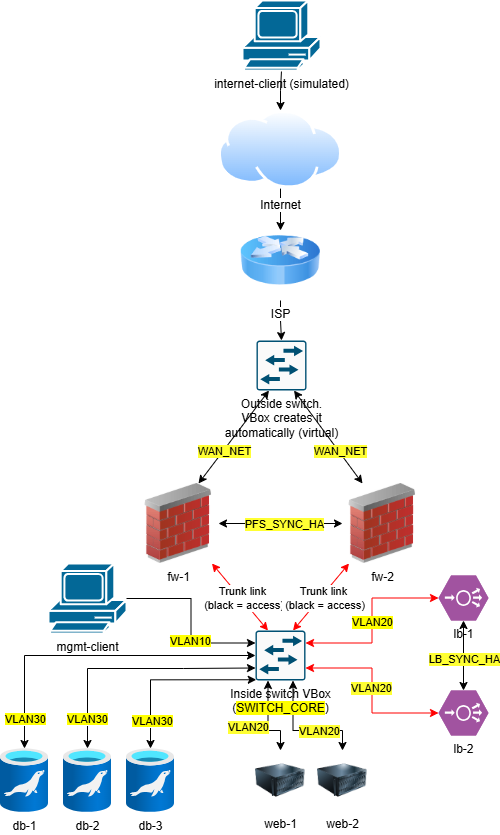
This is projects/1-professional-it-infrastructure/media/networking-topology.png from lucas-tic/lucas-tic-portfolio, a draw.io export, as it was before one commit. Source tidied: cells renumbered, new cells last; positions are measured from the earlier drawing's top-left corner, leaving out a move shared by most shapes.
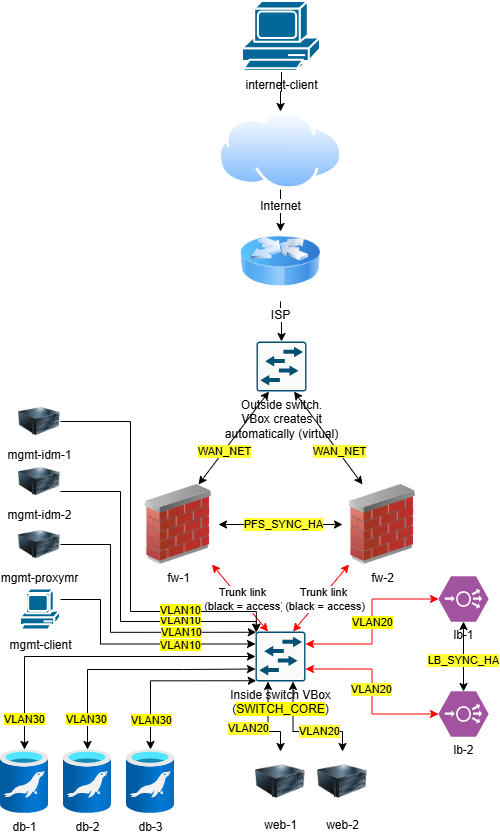
After the commit.

Change to the diagram source:
```diff
@@ -2,14 +2,14 @@
   <root>
     <mxCell id="0" />
     <mxCell id="1" parent="0" />
-    <mxCell id="2" style="edgeStyle=orthogonalEdgeStyle;rounded=0;jettySize=auto;html=1;endArrow=none;endFill=0;startArrow=classic;startFill=1;" parent="1" edge="1" source="4" target="9">
-      <mxGeometry relative="1" as="geometry" />
-    </mxCell>
-    <mxCell id="3" style="edgeStyle=orthogonalEdgeStyle;rounded=0;jettySize=auto;html=1;" parent="1" edge="1" source="4">
-      <mxGeometry relative="1" as="geometry">
-        <mxPoint x="280" y="230" as="targetPoint" />
-      </mxGeometry>
-    </mxCell>
+    <mxCell id="48" style="edgeStyle=orthogonalEdgeStyle;rounded=0;jettySize=auto;html=1;endArrow=none;endFill=0;startArrow=classic;startFill=1;" parent="1" edge="1" source="4" target="50">
+      <mxGeometry relative="1" as="geometry" />
+    </mxCell>
+    <mxCell id="49" style="edgeStyle=orthogonalEdgeStyle;rounded=0;jettySize=auto;html=1;" parent="1" edge="1" source="4">
+      <mxGeometry relative="1" as="geometry">
+        <mxPoint x="280" y="230" as="targetPoint" />
+      </mxGeometry>
+    </mxCell>
     <mxCell id="4" value="Internet" style="image;perimeter=ellipsePerimeter;html=1;align=center;shadow=0;dashed=0;spacingTop=3;image=img/lib/active_directory/internet_cloud.svg;" parent="1" vertex="1">
       <mxGeometry x="218" y="110" width="124" height="78.1" as="geometry" />
     </mxCell>
@@ -25,9 +25,9 @@
     <mxCell id="8" value="fw-2" style="image;html=1;image=img/lib/clip_art/networking/Firewall_02_128x128.png;" parent="1" vertex="1">
       <mxGeometry x="342" y="483" width="80" height="80" as="geometry" />
     </mxCell>
-    <mxCell id="9" value="internet-client (simulated)" style="sketch=0;html=1;dashed=0;fillColor=#036897;strokeColor=#ffffff;strokeWidth=2;verticalLabelPosition=bottom;verticalAlign=top;align=center;outlineConnect=0;shape=mxgraph.cisco.computers_and_peripherals.pc;" parent="1" vertex="1">
-      <mxGeometry x="242" width="78" height="70" as="geometry" />
-    </mxCell>
+    <mxCell id="50" value="internet-client" style="sketch=0;html=1;dashed=0;fillColor=#036897;strokeColor=#ffffff;strokeWidth=2;verticalLabelPosition=bottom;verticalAlign=top;align=center;outlineConnect=0;shape=mxgraph.cisco.computers_and_peripherals.pc;" parent="1" vertex="1">
+      <mxGeometry x="242" width="78" height="70" as="geometry" />
+    </mxCell>
     <mxCell id="10" style="edgeStyle=orthogonalEdgeStyle;rounded=0;jettySize=auto;html=1;" parent="1" edge="1" source="11" target="16">
       <mxGeometry relative="1" as="geometry" />
     </mxCell>
@@ -37,15 +37,15 @@
     <mxCell id="12" style="rounded=0;jettySize=auto;html=1;exitX=0.25;exitY=1;exitDx=0;exitDy=0;exitPerimeter=0;entryX=0.75;entryY=0;entryDx=0;entryDy=0;startArrow=classic;startFill=1;" parent="1" edge="1" source="16" target="7">
       <mxGeometry relative="1" as="geometry" />
     </mxCell>
-    <mxCell id="13" value="WAN_NET" style="edgeLabel;html=1;align=center;verticalAlign=middle;labelBackgroundColor=#FFFF33;" parent="12" vertex="1">
-      <mxGeometry x="0.28" relative="1" as="geometry" />
-    </mxCell>
+    <mxCell id="51" value="WAN_NET" style="edgeLabel;html=1;align=center;verticalAlign=middle;labelBackgroundColor=#FFFF33;" parent="12" vertex="1">
+      <mxGeometry x="0.28" relative="1" as="geometry" />
+    </mxCell>
     <mxCell id="14" style="rounded=0;jettySize=auto;html=1;exitX=0.75;exitY=1;exitDx=0;exitDy=0;exitPerimeter=0;entryX=0.25;entryY=0;entryDx=0;entryDy=0;startArrow=classic;startFill=1;" parent="1" edge="1" source="16" target="8">
       <mxGeometry relative="1" as="geometry" />
     </mxCell>
-    <mxCell id="15" value="WAN_NET" style="edgeLabel;html=1;align=center;verticalAlign=middle;labelBackgroundColor=#FFFF33;" parent="14" vertex="1">
-      <mxGeometry x="0.3" y="1" relative="1" as="geometry" />
-    </mxCell>
+    <mxCell id="52" value="WAN_NET" style="edgeLabel;html=1;align=center;verticalAlign=middle;labelBackgroundColor=#FFFF33;" parent="14" vertex="1">
+      <mxGeometry x="0.3" y="1" relative="1" as="geometry" />
+    </mxCell>
     <mxCell id="16" value="&lt;div&gt;Outside switch.&lt;/div&gt;&lt;div&gt;VBox creates it&lt;/div&gt;&lt;div&gt;automatically (virtual)&lt;/div&gt;" style="sketch=0;points=[[0.015,0.015,0],[0.985,0.015,0],[0.985,0.985,0],[0.015,0.985,0],[0.25,0,0],[0.5,0,0],[0.75,0,0],[1,0.25,0],[1,0.5,0],[1,0.75,0],[0.75,1,0],[0.5,1,0],[0.25,1,0],[0,0.75,0],[0,0.5,0],[0,0.25,0]];verticalLabelPosition=bottom;html=1;verticalAlign=top;align=center;shape=mxgraph.cisco19.rect;prIcon=l2_switch;fillColor=#FAFAFA;strokeColor=#005073;" parent="1" vertex="1">
       <mxGeometry x="256" y="340" width="50" height="50" as="geometry" />
     </mxCell>
@@ -57,11 +57,11 @@
         </Array>
       </mxGeometry>
     </mxCell>
-    <mxCell id="18" value="VLAN20" style="edgeLabel;html=1;align=center;verticalAlign=middle;labelBackgroundColor=#FFFF33;" parent="17" vertex="1">
-      <mxGeometry x="0.03" y="-1" relative="1" as="geometry">
-        <mxPoint x="-19" y="4" as="offset" />
-      </mxGeometry>
-    </mxCell>
+    <mxCell id="53" value="VLAN20" style="edgeLabel;html=1;align=center;verticalAlign=middle;labelBackgroundColor=#FFFF33;" parent="17" vertex="1">
+      <mxGeometry x="0.03" y="-1" relative="1" as="geometry">
+        <mxPoint x="-19" y="4" as="offset" />
+      </mxGeometry>
+    </mxCell>
     <mxCell id="19" style="edgeStyle=orthogonalEdgeStyle;rounded=0;jettySize=auto;html=1;exitX=0.75;exitY=1;exitDx=0;exitDy=0;exitPerimeter=0;entryX=0.5;entryY=0;entryDx=0;entryDy=0;startArrow=classic;startFill=1;" parent="1" edge="1" source="21" target="36">
       <mxGeometry relative="1" as="geometry">
         <Array as="points">
@@ -81,17 +81,17 @@
     <mxCell id="22" style="rounded=0;jettySize=auto;html=1;entryX=0.25;entryY=0;entryDx=0;entryDy=0;entryPerimeter=0;startArrow=classic;startFill=1;strokeColor=light-dark(#ff0000, #ededed);" parent="1" edge="1" source="7" target="21">
       <mxGeometry relative="1" as="geometry" />
     </mxCell>
-    <mxCell id="23" value="&lt;div&gt;Trunk link&lt;/div&gt;&amp;nbsp;(black = access)" style="edgeLabel;html=1;align=center;verticalAlign=middle;" parent="22" vertex="1">
-      <mxGeometry x="0.04" y="1" relative="1" as="geometry" />
-    </mxCell>
+    <mxCell id="54" value="&lt;div&gt;Trunk link&lt;/div&gt;&amp;nbsp;(black = access)" style="edgeLabel;html=1;align=center;verticalAlign=middle;" parent="22" vertex="1">
+      <mxGeometry x="0.04" y="1" relative="1" as="geometry" />
+    </mxCell>
     <mxCell id="24" style="rounded=0;jettySize=auto;html=1;entryX=0.75;entryY=0;entryDx=0;entryDy=0;entryPerimeter=0;startArrow=classic;startFill=1;strokeColor=light-dark(#ff0000, #ededed);" parent="1" edge="1" source="8" target="21">
       <mxGeometry relative="1" as="geometry" />
     </mxCell>
-    <mxCell id="25" value="&lt;div&gt;Trunk link&lt;/div&gt;&amp;nbsp;(black = access)" style="edgeLabel;html=1;align=center;verticalAlign=middle;" parent="24" vertex="1">
-      <mxGeometry y="2" relative="1" as="geometry" />
-    </mxCell>
+    <mxCell id="55" value="&lt;div&gt;Trunk link&lt;/div&gt;&amp;nbsp;(black = access)" style="edgeLabel;html=1;align=center;verticalAlign=middle;" parent="24" vertex="1">
+      <mxGeometry y="2" relative="1" as="geometry" />
+    </mxCell>
     <mxCell id="26" value="&lt;div&gt;mgmt-client&lt;/div&gt;" style="sketch=0;html=1;dashed=0;fillColor=#036897;strokeColor=#ffffff;strokeWidth=2;verticalLabelPosition=bottom;verticalAlign=top;align=center;outlineConnect=0;shape=mxgraph.cisco.computers_and_peripherals.pc;" parent="1" vertex="1">
-      <mxGeometry x="48" y="563" width="78" height="70" as="geometry" />
+      <mxGeometry x="20" y="587.5" width="40" height="42.5" as="geometry" />
     </mxCell>
     <mxCell id="27" value="lb-1" style="verticalLabelPosition=bottom;sketch=0;html=1;fillColor=#A153A0;strokeColor=#ffffff;verticalAlign=top;align=center;points=[[0,0.5,0],[0.125,0.25,0],[0.25,0,0],[0.5,0,0],[0.75,0,0],[0.875,0.25,0],[1,0.5,0],[0.875,0.75,0],[0.75,1,0],[0.5,1,0],[0.125,0.75,0]];shape=mxgraph.cisco_safe.compositeIcon;bgIcon=mxgraph.cisco_safe.design.blank_device;resIcon=mxgraph.cisco_safe.design.load_balancer;" parent="1" vertex="1">
       <mxGeometry x="438" y="575" width="50" height="45" as="geometry" />
@@ -116,11 +116,11 @@
     <mxCell id="33" style="edgeStyle=orthogonalEdgeStyle;rounded=0;jettySize=auto;html=1;exitX=1;exitY=0.75;exitDx=0;exitDy=0;exitPerimeter=0;entryX=0;entryY=0.5;entryDx=0;entryDy=0;entryPerimeter=0;startArrow=classic;startFill=1;strokeColor=#FF0000;" parent="1" edge="1" source="21" target="30">
       <mxGeometry relative="1" as="geometry" />
     </mxCell>
-    <mxCell id="34" value="VLAN20" style="edgeLabel;html=1;align=center;verticalAlign=middle;labelBackgroundColor=#FFFF33;" parent="33" vertex="1">
-      <mxGeometry x="-0.15" y="-1" relative="1" as="geometry">
-        <mxPoint y="11" as="offset" />
-      </mxGeometry>
-    </mxCell>
+    <mxCell id="56" value="VLAN20" style="edgeLabel;html=1;align=center;verticalAlign=middle;labelBackgroundColor=#FFFF33;" parent="33" vertex="1">
+      <mxGeometry x="-0.15" y="-1" relative="1" as="geometry">
+        <mxPoint y="11" as="offset" />
+      </mxGeometry>
+    </mxCell>
     <mxCell id="35" value="web-1" style="image;html=1;image=img/lib/clip_art/computers/Server_128x128.png;" parent="1" vertex="1">
       <mxGeometry x="255" y="750" width="50" height="60" as="geometry" />
     </mxCell>
@@ -137,10 +137,17 @@
       <mxGeometry x="126" y="748" width="48" height="64" as="geometry" />
     </mxCell>
     <mxCell id="40" style="edgeStyle=orthogonalEdgeStyle;rounded=0;jettySize=auto;html=1;entryX=0;entryY=0.25;entryDx=0;entryDy=0;entryPerimeter=0;" parent="1" edge="1" source="26" target="21">
-      <mxGeometry relative="1" as="geometry" />
+      <mxGeometry relative="1" as="geometry">
+        <Array as="points">
+          <mxPoint x="100" y="598" />
+          <mxPoint x="100" y="643" />
+        </Array>
+      </mxGeometry>
     </mxCell>
     <mxCell id="41" value="&lt;span style=&quot;background-color: light-dark(rgb(255, 255, 0), rgb(237, 237, 237));&quot;&gt;VLAN10&lt;/span&gt;" style="edgeLabel;html=1;align=center;verticalAlign=middle;" parent="40" vertex="1">
-      <mxGeometry x="0.23" y="-1" relative="1" as="geometry" />
+      <mxGeometry x="0.23" y="-1" relative="1" as="geometry">
+        <mxPoint x="17" as="offset" />
+      </mxGeometry>
     </mxCell>
     <mxCell id="42" style="edgeStyle=orthogonalEdgeStyle;rounded=0;jettySize=auto;html=1;entryX=0;entryY=0.5;entryDx=0;entryDy=0;entryPerimeter=0;startArrow=classic;startFill=1;" parent="1" edge="1" source="37" target="21">
       <mxGeometry relative="1" as="geometry">
@@ -149,9 +156,9 @@
         </Array>
       </mxGeometry>
     </mxCell>
-    <mxCell id="43" value="&lt;span style=&quot;background-color: light-dark(rgb(255, 255, 0), rgb(237, 237, 237));&quot;&gt;VLAN30&lt;/span&gt;" style="edgeLabel;html=1;align=center;verticalAlign=middle;" parent="42" vertex="1">
-      <mxGeometry x="-0.82" relative="1" as="geometry" />
-    </mxCell>
+    <mxCell id="57" value="&lt;span style=&quot;background-color: light-dark(rgb(255, 255, 0), rgb(237, 237, 237));&quot;&gt;VLAN30&lt;/span&gt;" style="edgeLabel;html=1;align=center;verticalAlign=middle;" parent="42" vertex="1">
+      <mxGeometry x="-0.82" relative="1" as="geometry" />
+    </mxCell>
     <mxCell id="44" style="edgeStyle=orthogonalEdgeStyle;rounded=0;jettySize=auto;html=1;entryX=0;entryY=0.75;entryDx=0;entryDy=0;entryPerimeter=0;startArrow=classic;startFill=1;" parent="1" edge="1" source="38" target="21">
       <mxGeometry relative="1" as="geometry">
         <Array as="points">
@@ -160,9 +167,9 @@
         </Array>
       </mxGeometry>
     </mxCell>
-    <mxCell id="45" value="&lt;span style=&quot;background-color: light-dark(rgb(255, 255, 0), rgb(237, 237, 237));&quot;&gt;VLAN30&lt;/span&gt;" style="edgeLabel;html=1;align=center;verticalAlign=middle;" parent="44" vertex="1">
-      <mxGeometry x="-0.75" y="1" relative="1" as="geometry" />
-    </mxCell>
+    <mxCell id="58" value="&lt;span style=&quot;background-color: light-dark(rgb(255, 255, 0), rgb(237, 237, 237));&quot;&gt;VLAN30&lt;/span&gt;" style="edgeLabel;html=1;align=center;verticalAlign=middle;" parent="44" vertex="1">
+      <mxGeometry x="-0.75" y="1" relative="1" as="geometry" />
+    </mxCell>
     <mxCell id="46" style="edgeStyle=orthogonalEdgeStyle;rounded=0;jettySize=auto;html=1;entryX=0.015;entryY=0.985;entryDx=0;entryDy=0;entryPerimeter=0;startArrow=classic;startFill=1;" parent="1" edge="1" source="39" target="21">
       <mxGeometry relative="1" as="geometry">
         <Array as="points">
@@ -170,8 +177,59 @@
         </Array>
       </mxGeometry>
     </mxCell>
-    <mxCell id="47" value="&lt;span style=&quot;background-color: light-dark(rgb(255, 255, 0), rgb(237, 237, 237));&quot;&gt;VLAN30&lt;/span&gt;" style="edgeLabel;html=1;align=center;verticalAlign=middle;" parent="46" vertex="1">
-      <mxGeometry x="-0.67" y="-1" relative="1" as="geometry" />
-    </mxCell>
+    <mxCell id="59" value="&lt;span style=&quot;background-color: light-dark(rgb(255, 255, 0), rgb(237, 237, 237));&quot;&gt;VLAN30&lt;/span&gt;" style="edgeLabel;html=1;align=center;verticalAlign=middle;" parent="46" vertex="1">
+      <mxGeometry x="-0.67" y="-1" relative="1" as="geometry" />
+    </mxCell>
+    <mxCell id="60" value="mgmt-proxymr" style="image;html=1;image=img/lib/clip_art/computers/Server_128x128.png;" parent="1" vertex="1">
+      <mxGeometry x="18" y="523" width="42" height="40" as="geometry" />
+    </mxCell>
+    <mxCell id="61" style="edgeStyle=orthogonalEdgeStyle;rounded=0;jettySize=auto;html=1;entryX=0.015;entryY=0.015;entryDx=0;entryDy=0;entryPerimeter=0;" parent="1" edge="1" source="60" target="21">
+      <mxGeometry relative="1" as="geometry">
+        <Array as="points">
+          <mxPoint x="110" y="543" />
+          <mxPoint x="110" y="631" />
+        </Array>
+      </mxGeometry>
+    </mxCell>
+    <mxCell id="62" value="&lt;span style=&quot;background-color: rgb(255, 255, 0);&quot;&gt;VLAN10&lt;/span&gt;" style="edgeLabel;html=1;align=center;verticalAlign=middle;" parent="61" vertex="1">
+      <mxGeometry x="0.33" relative="1" as="geometry">
+        <mxPoint x="19" as="offset" />
+      </mxGeometry>
+    </mxCell>
+    <mxCell id="63" value="mgmt-idm-2" style="image;html=1;image=img/lib/clip_art/computers/Server_128x128.png;" parent="1" vertex="1">
+      <mxGeometry x="18" y="460" width="42" height="40" as="geometry" />
+    </mxCell>
+    <mxCell id="64" style="edgeStyle=orthogonalEdgeStyle;rounded=0;jettySize=auto;html=1;entryX=0.015;entryY=0.015;entryDx=0;entryDy=0;entryPerimeter=0;" parent="1" edge="1" source="63" target="21">
+      <mxGeometry relative="1" as="geometry">
+        <Array as="points">
+          <mxPoint x="39" y="490" />
+          <mxPoint x="120" y="490" />
+          <mxPoint x="120" y="620" />
+          <mxPoint x="256" y="620" />
+        </Array>
+      </mxGeometry>
+    </mxCell>
+    <mxCell id="65" value="&lt;span style=&quot;background-color: rgb(255, 255, 0);&quot;&gt;VLAN10&lt;/span&gt;" style="edgeLabel;html=1;align=center;verticalAlign=middle;" parent="64" vertex="1">
+      <mxGeometry x="0.44" y="1" relative="1" as="geometry">
+        <mxPoint x="8" as="offset" />
+      </mxGeometry>
+    </mxCell>
+    <mxCell id="66" value="mgmt-idm-1" style="image;html=1;image=img/lib/clip_art/computers/Server_128x128.png;" parent="1" vertex="1">
+      <mxGeometry x="18" y="400" width="42" height="40" as="geometry" />
+    </mxCell>
+    <mxCell id="67" style="edgeStyle=orthogonalEdgeStyle;rounded=0;jettySize=auto;html=1;entryX=0.015;entryY=0.015;entryDx=0;entryDy=0;entryPerimeter=0;" parent="1" edge="1" source="66" target="21">
+      <mxGeometry relative="1" as="geometry">
+        <Array as="points">
+          <mxPoint x="130" y="420" />
+          <mxPoint x="130" y="610" />
+          <mxPoint x="256" y="610" />
+        </Array>
+      </mxGeometry>
+    </mxCell>
+    <mxCell id="68" value="&lt;span style=&quot;background-color: rgb(255, 255, 0);&quot;&gt;VLAN10&lt;/span&gt;" style="edgeLabel;html=1;align=center;verticalAlign=middle;" parent="67" vertex="1">
+      <mxGeometry x="0.46" y="1" relative="1" as="geometry">
+        <mxPoint x="13" as="offset" />
+      </mxGeometry>
+    </mxCell>
   </root>
 </mxGraphModel>
```
